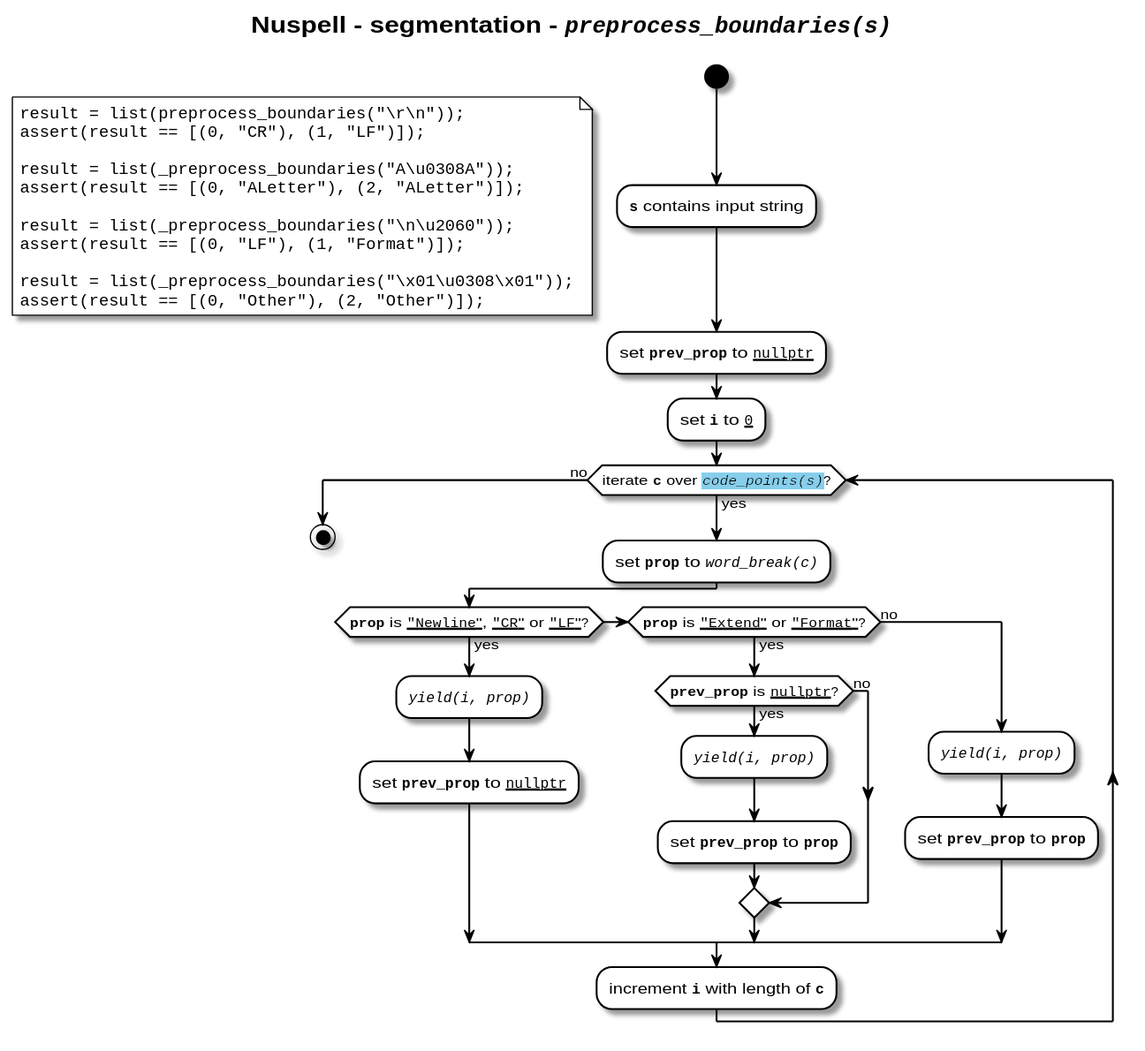
Earlier version of the PlantUML export uml/activity-diagrams/segmentation-preprocess_boundaries-activity-diagram.svg (nuspell/misc-nuspell).
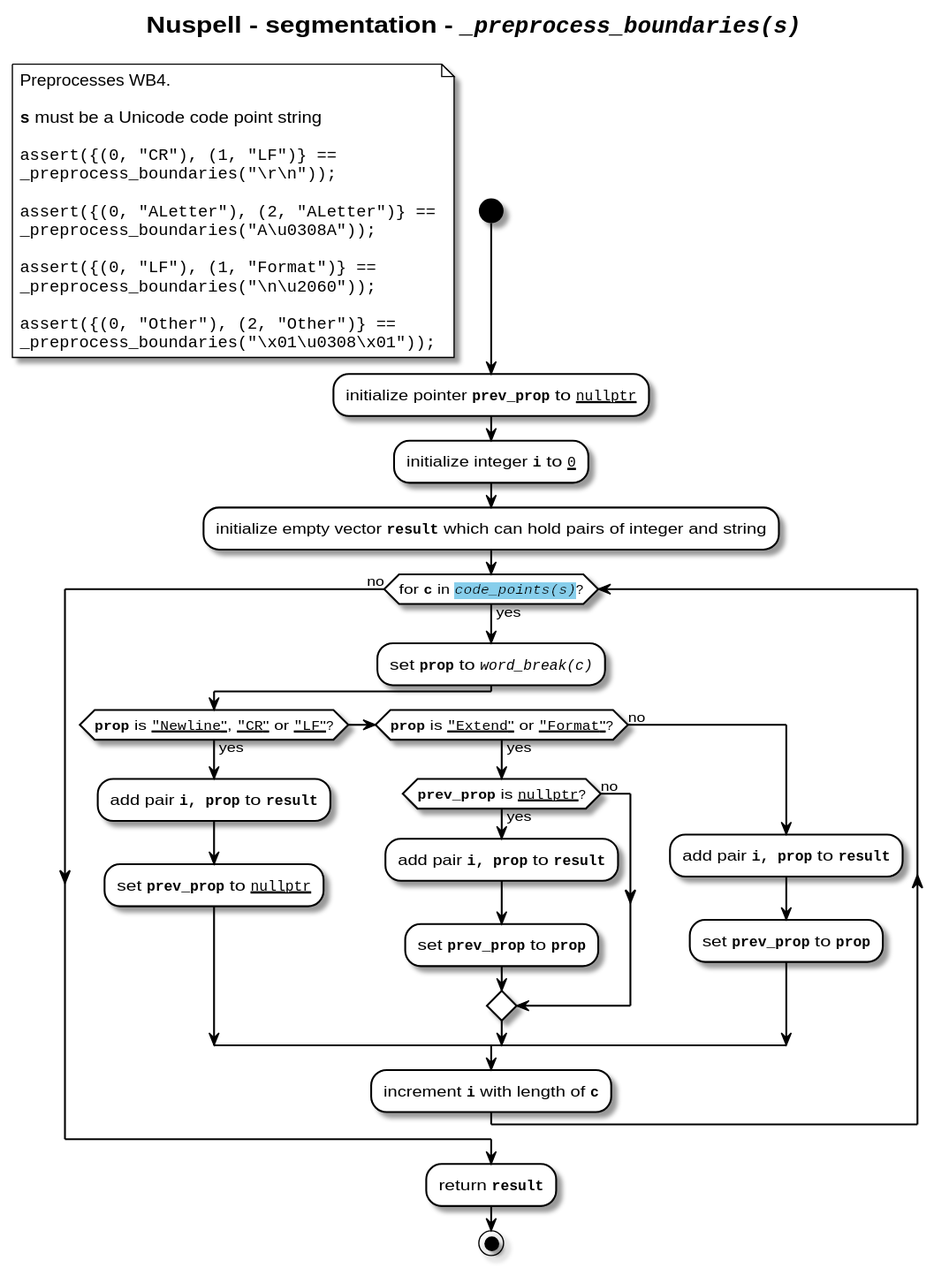
Above is the later version.

What changed in the source:
```diff
@@ -10,45 +10,50 @@
 skinparam ActivityBorderColor Black
 skinparam ActivityDiamondBorderColor Black
 
-title **Nuspell - segmentation - //""preprocess_boundaries(s)""//**\n
+title **Nuspell - segmentation - //""_preprocess_boundaries(s)""//**\n
 
 start
 
-:**""s""** contains input string;
 floating note left
-    ""result = list(preprocess_boundaries("\r\n"));""
-    ""assert(result == [(0, "CR"), (1, "LF")]);""
+    Preprocesses WB4.
 
-    ""result = list(_preprocess_boundaries("A\u0308A"));""
-    ""assert(result == [(0, "ALetter"), (2, "ALetter")]);""
+    **""s""** must be a Unicode code point string
 
-    ""result = list(_preprocess_boundaries("\n\u2060"));""
-    ""assert(result == [(0, "LF"), (1, "Format")]);""
+    ""assert({(0, "CR"), (1, "LF")} ==""
+    ""_preprocess_boundaries("\r\n"));""
 
-    ""result = list(_preprocess_boundaries("\x01\u0308\x01"));""
-    ""assert(result == [(0, "Other"), (2, "Other")]);""
+    ""assert({(0, "ALetter"), (2, "ALetter")} ==""
+    ""_preprocess_boundaries("A\u0308A"));""
+
+    ""assert({(0, "LF"), (1, "Format")} == ""
+    ""_preprocess_boundaries("\n\u2060"));""
+
+    ""assert({(0, "Other"), (2, "Other")} ==""
+    ""_preprocess_boundaries("\x01\u0308\x01"));""
 end note
 
-:set **""prev_prop""** to __""nullptr""__;
-:set **""i""** to __""0""__;
+:initialize pointer **""prev_prop""** to __""nullptr""__;
+:initialize integer **""i""** to __""0""__;
+:initialize empty vector **""result""** which can hold pairs of integer and string;
 
-while (iterate **""c""** over <back:skyblue>//""code_points(s)""//</back>?) is (yes)
+while (for **""c""** in <back:skyblue>//""code_points(s)""//</back>?) is (yes)
     :set **""prop""** to //""word_break(c)""//;
     if (**""prop""** is __"""Newline"""__, __"""CR"""__ or __"""LF"""__?) then (yes)
-        ://""yield(i, prop)""//;
+        :add pair **""i, prop""** to **""result""**;
         :set **""prev_prop""** to __""nullptr""__;
     elseif (**""prop""** is __"""Extend"""__ or __"""Format"""__?) then (yes)
         if (**""prev_prop""** is __""nullptr""__?) then (yes)
-            ://""yield(i, prop)""//;
+            :add pair **""i, prop""** to **""result""**;
             :set **""prev_prop""** to **""prop""**;
         else (no)
         endif
     else (no)
-        ://""yield(i, prop)""//;
+        :add pair **""i, prop""** to **""result""**;
         :set **""prev_prop""** to **""prop""**;
     endif
     :increment **""i""** with length of **""c""**;
 endwhile (no)
+:return **""result""**;
 
 stop
 
```
